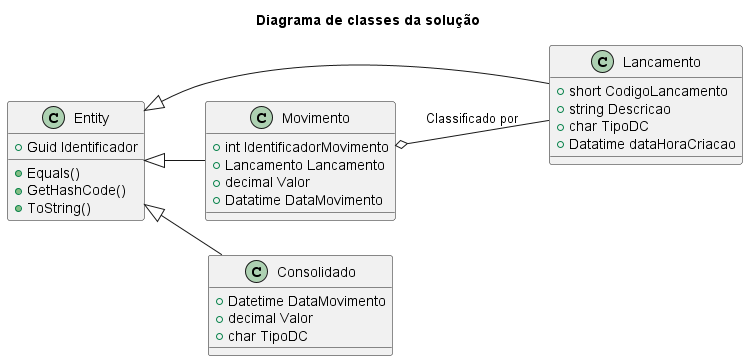
Before: specifications/diagram/Fluxo de caixa.png, a diagram exported from PlantUML (rodriguescarlos/fluxocaixa).
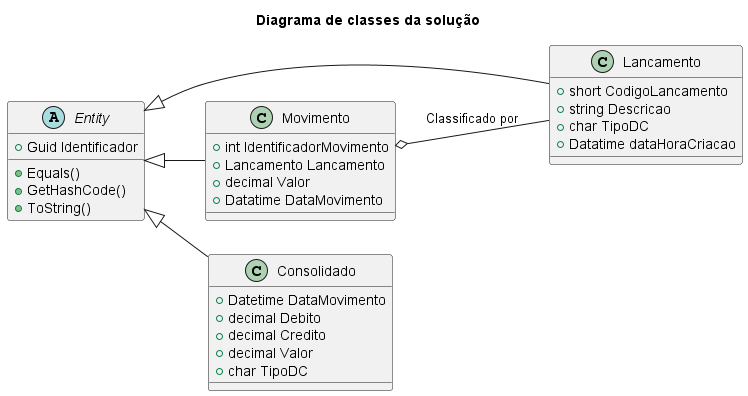
Above is the later version.

The edit, as a diff of the source:
```diff
@@ -3,7 +3,7 @@
 left to right direction
 skinparam shadowing false
 
-class Entity{
+abstract class Entity{
     +Guid Identificador
 
     +Equals()
@@ -27,6 +27,8 @@
 
 class Consolidado{
     +Datetime DataMovimento
+    +decimal Debito
+    +decimal Credito
     +decimal Valor
     +char TipoDC
 }
```
